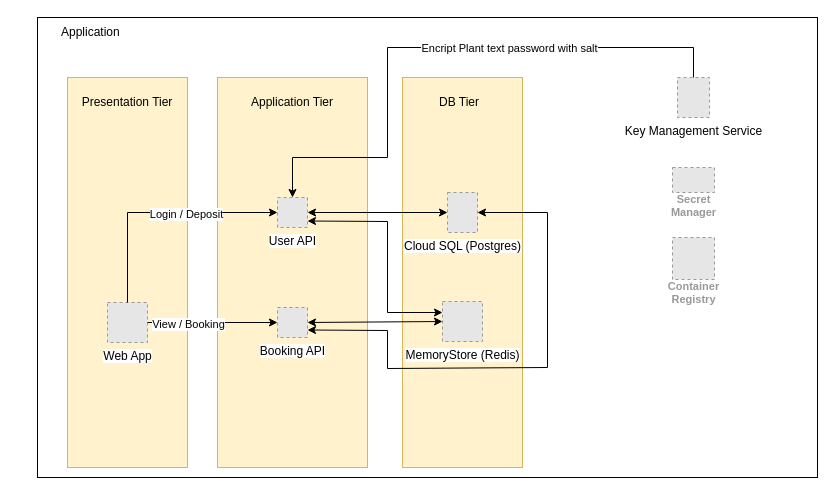
luthuanphong/Parking-System-On-GCP keeps this draw.io diagram as Design/Parking-System-v1.drawio. Above is the earlier version. Source tidied: cells renumbered, new cells numbered last; positions are measured from the earlier drawing's top-left corner, leaving out a move shared by most shapes. Both pictures are drawn from the tidied source at 100%, with x=0, y=0 at pixel (37, 17). Pictures stored in the file or linked from it are replaced by grey dashed boxes.
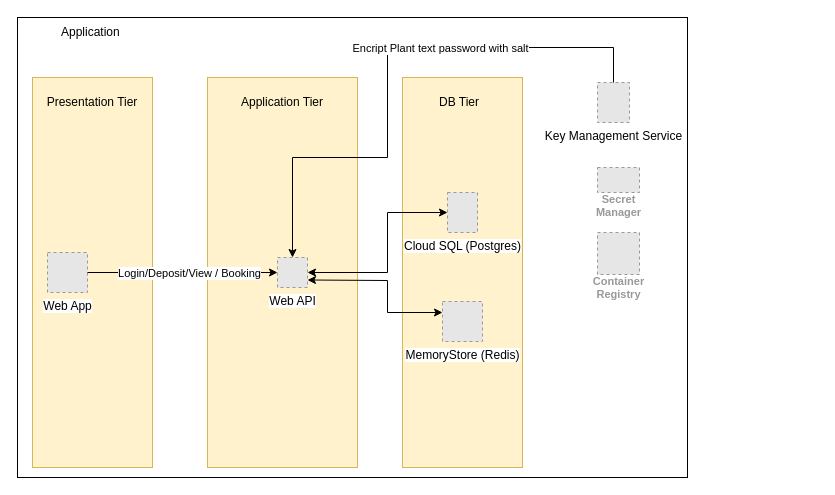
The same page after the edit.

Commit message (it also covers changes not shown here):
Udpdate diagram & test

The change refers to these unchanged cells:
```xml
<mxCell id="9" value="Cloud SQL (Postgres)" style="fillColor=#E6E6E6;strokeColor=#999999;dashed=1;html=1;verticalLabelPosition=bottom;labelBackgroundColor=#ffffff;verticalAlign=top;" parent="1" vertex="1">
  <mxGeometry x="410" y="175" width="30" height="40" as="geometry" />
</mxCell>
<mxCell id="10" value="MemoryStore (Redis)" style="fillColor=#E6E6E6;strokeColor=#999999;dashed=1;html=1;verticalLabelPosition=bottom;labelBackgroundColor=#ffffff;verticalAlign=top;" parent="1" vertex="1">
  <mxGeometry x="405" y="284" width="40" height="40" as="geometry" />
</mxCell>
```

The edit, as a diff of the source:
```diff
@@
     <mxCell id="2" style="rounded=0;whiteSpace=wrap;html=1;" parent="1" vertex="1">
-      <mxGeometry width="780" height="460" as="geometry" />
+      <mxGeometry x="-20" width="670" height="460" as="geometry" />
     </mxCell>
     <mxCell id="3" style="rounded=0;whiteSpace=wrap;html=1;fillColor=#fff2cc;strokeColor=#d6b656;" parent="1" vertex="1">
-      <mxGeometry x="30" y="60" width="120" height="390" as="geometry" />
+      <mxGeometry x="-5" y="60" width="120" height="390" as="geometry" />
     </mxCell>
     <mxCell id="4" style="rounded=0;whiteSpace=wrap;html=1;fillColor=#fff2cc;strokeColor=#d6b656;" parent="1" vertex="1">
-      <mxGeometry x="180" y="60" width="150" height="390" as="geometry" />
+      <mxGeometry x="170" y="60" width="150" height="390" as="geometry" />
     </mxCell>
@@
     <mxCell id="6" value="Presentation Tier" style="text;html=1;whiteSpace=wrap;strokeColor=none;fillColor=none;align=center;verticalAlign=middle;rounded=0;" parent="1" vertex="1">
-      <mxGeometry x="40" y="70" width="100" height="30" as="geometry" />
+      <mxGeometry x="5" y="70" width="100" height="30" as="geometry" />
     </mxCell>
     <mxCell id="7" value="Application Tier" style="text;html=1;whiteSpace=wrap;strokeColor=none;fillColor=none;align=center;verticalAlign=middle;rounded=0;" parent="1" vertex="1">
-      <mxGeometry x="205" y="70" width="100" height="30" as="geometry" />
+      <mxGeometry x="195" y="70" width="100" height="30" as="geometry" />
     </mxCell>
@@
-    <mxCell id="11" value="User API" style="fillColor=#E6E6E6;strokeColor=#999999;dashed=1;html=1;verticalLabelPosition=bottom;labelBackgroundColor=#ffffff;verticalAlign=top;" parent="1" vertex="1">
-      <mxGeometry x="240" y="180" width="30" height="30" as="geometry" />
+    <mxCell id="11" value="Web API" style="fillColor=#E6E6E6;strokeColor=#999999;dashed=1;html=1;verticalLabelPosition=bottom;labelBackgroundColor=#ffffff;verticalAlign=top;" parent="1" vertex="1">
+      <mxGeometry x="240" y="240" width="30" height="30" as="geometry" />
     </mxCell>
-    <mxCell id="12" value="Booking API" style="fillColor=#E6E6E6;strokeColor=#999999;dashed=1;html=1;verticalLabelPosition=bottom;labelBackgroundColor=#ffffff;verticalAlign=top;" parent="1" vertex="1">
-      <mxGeometry x="240" y="290" width="30" height="30" as="geometry" />
-    </mxCell>
     <mxCell id="13" value="Web App" style="fillColor=#E6E6E6;strokeColor=#999999;dashed=1;html=1;verticalLabelPosition=bottom;labelBackgroundColor=#ffffff;verticalAlign=top;" parent="1" vertex="1">
-      <mxGeometry x="70" y="285" width="40" height="40" as="geometry" />
+      <mxGeometry x="10" y="235" width="40" height="40" as="geometry" />
     </mxCell>
-    <mxCell id="14" style="endArrow=classic;html=1;rounded=0;entryX=0;entryY=0.5;entryDx=0;entryDy=0;exitX=0.5;exitY=0;exitDx=0;exitDy=0;" parent="1" edge="1" source="13" target="11">
-      <mxGeometry relative="1" as="geometry">
-        <Array as="points">
-          <mxPoint x="90" y="195" />
-        </Array>
-      </mxGeometry>
-    </mxCell>
-    <mxCell id="15" value="Login / Deposit" style="edgeLabel;html=1;align=center;verticalAlign=middle;" parent="14" vertex="1">
-      <mxGeometry x="0.13" y="-1" relative="1" as="geometry">
-        <mxPoint x="12" as="offset" />
-      </mxGeometry>
-    </mxCell>
-    <mxCell id="16" style="endArrow=classic;html=1;rounded=0;entryX=0;entryY=0.5;entryDx=0;entryDy=0;exitX=1;exitY=0.5;exitDx=0;exitDy=0;" parent="1" edge="1" source="13" target="12">
+    <mxCell id="16" style="endArrow=classic;html=1;rounded=0;entryX=0;entryY=0.5;entryDx=0;entryDy=0;exitX=1;exitY=0.5;exitDx=0;exitDy=0;" parent="1" edge="1" source="13" target="11">
       <mxGeometry relative="1" as="geometry" />
     </mxCell>
-    <mxCell id="17" value="View / Booking" style="edgeLabel;html=1;align=center;verticalAlign=middle;" parent="16" vertex="1">
-      <mxGeometry x="-0.38" y="-1" relative="1" as="geometry" />
+    <mxCell id="17" value="Login/Deposit/View / Booking" style="edgeLabel;html=1;align=center;verticalAlign=middle;" parent="16" vertex="1">
+      <mxGeometry x="-0.38" y="-1" relative="1" as="geometry">
+        <mxPoint x="42" y="-1" as="offset" />
+      </mxGeometry>
     </mxCell>
-    <mxCell id="18" style="endArrow=classic;startArrow=classic;html=1;rounded=0;entryX=1;entryY=0.75;entryDx=0;entryDy=0;exitX=0;exitY=0.25;exitDx=0;exitDy=0;" parent="1" edge="1">
+    <mxCell id="18" style="endArrow=classic;startArrow=classic;html=1;rounded=0;entryX=1;entryY=0.75;entryDx=0;entryDy=0;exitX=0;exitY=0.25;exitDx=0;exitDy=0;" parent="1" edge="1" target="11">
       <mxGeometry relative="1" as="geometry">
         <mxPoint x="405" y="295" as="sourcePoint" />
-        <mxPoint x="270" y="203.5" as="targetPoint" />
         <Array as="points">
           <mxPoint x="350" y="295" />
-          <mxPoint x="350" y="204" />
+          <mxPoint x="350" y="263" />
         </Array>
       </mxGeometry>
     </mxCell>
     <mxCell id="19" style="endArrow=classic;startArrow=classic;html=1;rounded=0;entryX=1;entryY=0.5;entryDx=0;entryDy=0;exitX=0;exitY=0.5;exitDx=0;exitDy=0;" parent="1" edge="1" source="9" target="11">
-      <mxGeometry relative="1" as="geometry" />
+      <mxGeometry relative="1" as="geometry">
+        <Array as="points">
+          <mxPoint x="350" y="195" />
+          <mxPoint x="350" y="255" />
+        </Array>
+      </mxGeometry>
     </mxCell>
-    <mxCell id="20" style="endArrow=classic;startArrow=classic;html=1;rounded=0;entryX=1;entryY=0.5;entryDx=0;entryDy=0;exitX=0;exitY=0.5;exitDx=0;exitDy=0;" parent="1" edge="1" source="10" target="12">
-      <mxGeometry relative="1" as="geometry" />
-    </mxCell>
-    <mxCell id="21" style="endArrow=classic;startArrow=classic;html=1;rounded=0;entryX=1;entryY=0.75;entryDx=0;entryDy=0;exitX=1;exitY=0.5;exitDx=0;exitDy=0;" parent="1" edge="1" source="9" target="12">
-      <mxGeometry relative="1" as="geometry">
-        <Array as="points">
-          <mxPoint x="510" y="195" />
-          <mxPoint x="510" y="350" />
-          <mxPoint x="350" y="351" />
-          <mxPoint x="350" y="313" />
-        </Array>
-      </mxGeometry>
-    </mxCell>
     <mxCell id="22" value="Key Management Service" style="fillColor=#E6E6E6;strokeColor=#999999;dashed=1;html=1;verticalLabelPosition=bottom;labelBackgroundColor=#ffffff;verticalAlign=top;" parent="1" vertex="1">
-      <mxGeometry x="640" y="60" width="32" height="40" as="geometry" />
+      <mxGeometry x="560" y="65" width="32" height="40" as="geometry" />
     </mxCell>
     <mxCell id="23" style="endArrow=classic;html=1;rounded=0;exitX=0.5;exitY=0;exitDx=0;exitDy=0;entryX=0.5;entryY=0;entryDx=0;entryDy=0;" parent="1" edge="1" source="22" target="11">
       <mxGeometry relative="1" as="geometry">
         <Array as="points">
-          <mxPoint x="656" y="30" />
+          <mxPoint x="576" y="30" />
           <mxPoint x="350" y="30" />
           <mxPoint x="350" y="140" />
           <mxPoint x="255" y="140" />
         </Array>
       </mxGeometry>
     </mxCell>
@@
     <mxCell id="25" value="Secret&#10;Manager" style="fillColor=#E6E6E6;strokeColor=#999999;dashed=1;html=1;verticalAlign=top;labelPosition=center;verticalLabelPosition=bottom;align=center;spacingTop=-6;fontSize=11;fontStyle=1;fontColor=#999999;" parent="1" vertex="1">
-      <mxGeometry x="635" y="150" width="42" height="25" as="geometry" />
+      <mxGeometry x="560" y="150" width="42" height="25" as="geometry" />
     </mxCell>
     <mxCell id="26" value="Container&#10;Registry" style="fillColor=#E6E6E6;strokeColor=#999999;dashed=1;html=1;verticalAlign=top;labelPosition=center;verticalLabelPosition=bottom;align=center;spacingTop=-6;fontSize=11;fontStyle=1;fontColor=#999999;" parent="1" vertex="1">
-      <mxGeometry x="635" y="220" width="42" height="42" as="geometry" />
+      <mxGeometry x="560" y="215" width="42" height="42" as="geometry" />
     </mxCell>
```
